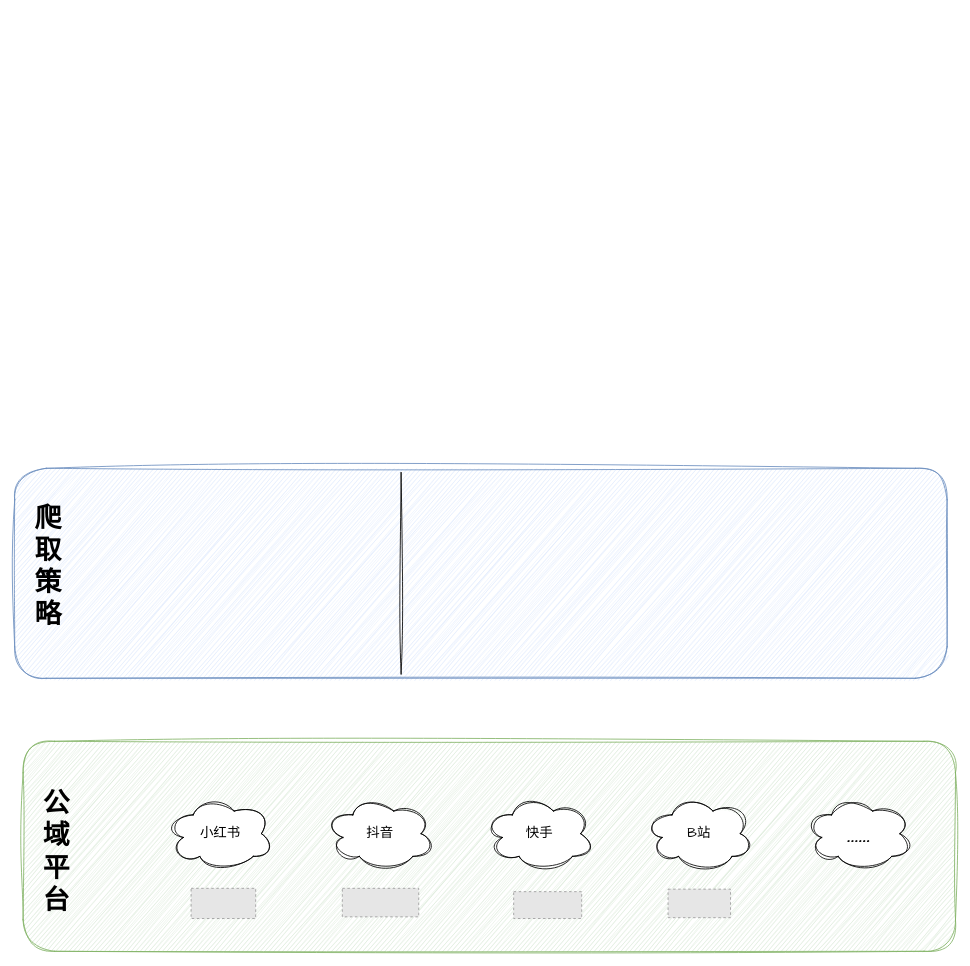
Earlier version of the draw.io diagram public-domain.drawio (skindhu/9GAG). Source tidied: cells renumbered, new cells numbered last; positions are measured from the earlier drawing's top-left corner, leaving out a move shared by most shapes. Both pictures are drawn from the tidied source at 84%, with x=0, y=0 at pixel (14, 468). Pictures stored in the file or linked from it are replaced by grey dashed boxes.
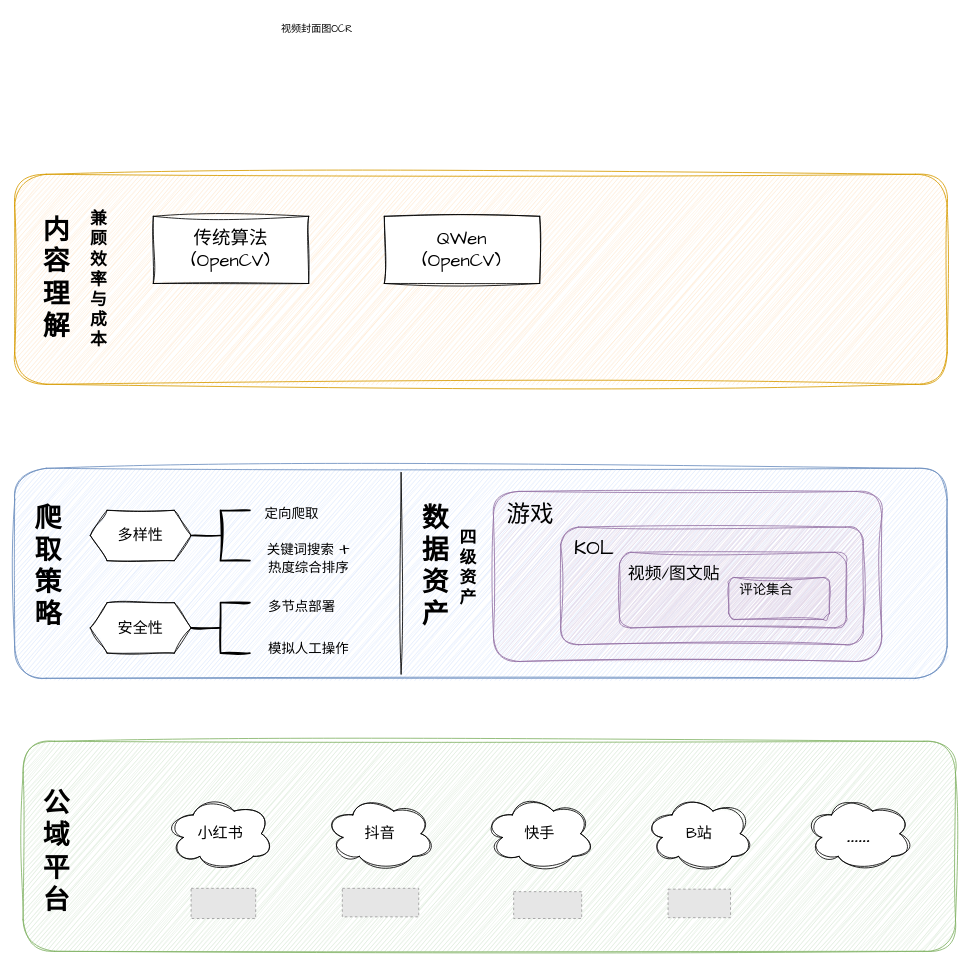
After the change.

What changed in the source:
```diff
@@
-    <mxCell id="3" value="&lt;font style=&quot;font-size: 16px;&quot;&gt;小红书&lt;/font&gt;" style="ellipse;shape=cloud;whiteSpace=wrap;html=1;sketch=1;hachureGap=4;jiggle=2;curveFitting=1;fontFamily=Architects Daughter;" parent="1" vertex="1">
+    <mxCell id="3" value="&lt;font style=&quot;font-size: 18px;&quot;&gt;小红书&lt;/font&gt;" style="ellipse;shape=cloud;whiteSpace=wrap;html=1;sketch=1;hachureGap=4;jiggle=2;curveFitting=1;fontFamily=Architects Daughter;" parent="1" vertex="1">
       <mxGeometry x="180" y="390" width="130" height="90" as="geometry" />
     </mxCell>
@@
-    <mxCell id="5" value="&lt;font style=&quot;font-size: 16px;&quot;&gt;抖音&lt;/font&gt;" style="ellipse;shape=cloud;whiteSpace=wrap;html=1;sketch=1;hachureGap=4;jiggle=2;curveFitting=1;fontFamily=Architects Daughter;" parent="1" vertex="1">
+    <mxCell id="5" value="&lt;font style=&quot;font-size: 18px;&quot;&gt;抖音&lt;/font&gt;" style="ellipse;shape=cloud;whiteSpace=wrap;html=1;sketch=1;hachureGap=4;jiggle=2;curveFitting=1;fontFamily=Architects Daughter;" parent="1" vertex="1">
       <mxGeometry x="370" y="390" width="130" height="90" as="geometry" />
     </mxCell>
@@
-    <mxCell id="7" value="&lt;font style=&quot;font-size: 16px;&quot;&gt;快手&lt;/font&gt;" style="ellipse;shape=cloud;whiteSpace=wrap;html=1;sketch=1;hachureGap=4;jiggle=2;curveFitting=1;fontFamily=Architects Daughter;" parent="1" vertex="1">
+    <mxCell id="7" value="&lt;font style=&quot;font-size: 18px;&quot;&gt;快手&lt;/font&gt;" style="ellipse;shape=cloud;whiteSpace=wrap;html=1;sketch=1;hachureGap=4;jiggle=2;curveFitting=1;fontFamily=Architects Daughter;" parent="1" vertex="1">
       <mxGeometry x="560" y="390" width="130" height="90" as="geometry" />
     </mxCell>
@@
-    <mxCell id="9" value="&lt;font style=&quot;font-size: 16px;&quot;&gt;B站&lt;/font&gt;" style="ellipse;shape=cloud;whiteSpace=wrap;html=1;sketch=1;hachureGap=4;jiggle=2;curveFitting=1;fontFamily=Architects Daughter;" parent="1" vertex="1">
+    <mxCell id="9" value="&lt;font style=&quot;font-size: 18px;&quot;&gt;B站&lt;/font&gt;" style="ellipse;shape=cloud;whiteSpace=wrap;html=1;sketch=1;hachureGap=4;jiggle=2;curveFitting=1;fontFamily=Architects Daughter;" parent="1" vertex="1">
       <mxGeometry x="750" y="390" width="130" height="90" as="geometry" />
     </mxCell>
@@
+    <mxCell id="16" value="&lt;font style=&quot;font-size: 18px;&quot;&gt;多样性&lt;/font&gt;" style="shape=hexagon;perimeter=hexagonPerimeter2;whiteSpace=wrap;html=1;fixedSize=1;sketch=1;hachureGap=4;jiggle=2;curveFitting=1;fontFamily=Architects Daughter;" parent="1" vertex="1">
+      <mxGeometry x="90" y="50" width="120" height="60" as="geometry" />
+    </mxCell>
+    <mxCell id="17" style="strokeWidth=2;html=1;shape=mxgraph.flowchart.annotation_2;align=left;labelPosition=right;sketch=1;hachureGap=4;jiggle=2;curveFitting=1;fontFamily=Architects Daughter;" parent="1" vertex="1">
+      <mxGeometry x="210" y="50" width="70" height="60" as="geometry" />
+    </mxCell>
+    <mxCell id="18" value="定向爬取" style="text;html=1;align=center;verticalAlign=middle;whiteSpace=wrap;rounded=0;fontFamily=Architects Daughter;fontSize=16;" parent="1" vertex="1">
+      <mxGeometry x="290" y="40" width="80" height="30" as="geometry" />
+    </mxCell>
+    <mxCell id="19" value="关键词搜索 &lt;font style=&quot;font-size: 24px;&quot;&gt;+&lt;/font&gt; 热度综合排序" style="text;html=1;align=center;verticalAlign=middle;whiteSpace=wrap;rounded=0;fontFamily=Architects Daughter;fontSize=16;" parent="1" vertex="1">
+      <mxGeometry x="290" y="90" width="120" height="30" as="geometry" />
+    </mxCell>
+    <mxCell id="20" value="&lt;font style=&quot;font-size: 18px;&quot;&gt;安全性&lt;/font&gt;" style="shape=hexagon;perimeter=hexagonPerimeter2;whiteSpace=wrap;html=1;fixedSize=1;sketch=1;hachureGap=4;jiggle=2;curveFitting=1;fontFamily=Architects Daughter;" parent="1" vertex="1">
+      <mxGeometry x="90" y="160" width="120" height="60" as="geometry" />
+    </mxCell>
+    <mxCell id="21" style="strokeWidth=2;html=1;shape=mxgraph.flowchart.annotation_2;align=left;labelPosition=right;sketch=1;hachureGap=4;jiggle=2;curveFitting=1;fontFamily=Architects Daughter;" parent="1" vertex="1">
+      <mxGeometry x="210" y="160" width="70" height="60" as="geometry" />
+    </mxCell>
+    <mxCell id="22" value="多节点部署" style="text;html=1;align=center;verticalAlign=middle;whiteSpace=wrap;rounded=0;fontFamily=Architects Daughter;fontSize=16;" parent="1" vertex="1">
+      <mxGeometry x="286.9" y="150" width="110" height="30" as="geometry" />
+    </mxCell>
+    <mxCell id="23" value="模拟人工操作" style="text;html=1;align=center;verticalAlign=middle;whiteSpace=wrap;rounded=0;fontFamily=Architects Daughter;fontSize=16;" parent="1" vertex="1">
+      <mxGeometry x="295" y="200" width="110" height="30" as="geometry" />
+    </mxCell>
+    <mxCell id="24" value="数据资产" style="text;html=1;align=center;verticalAlign=middle;whiteSpace=wrap;rounded=0;fontFamily=Architects Daughter;fontSize=32;fontStyle=1;" parent="1" vertex="1">
+      <mxGeometry x="481" y="50" width="40" height="135" as="geometry" />
+    </mxCell>
+    <mxCell id="25" style="rounded=1;whiteSpace=wrap;html=1;sketch=1;hachureGap=4;jiggle=2;curveFitting=1;fontFamily=Architects Daughter;fillColor=#e1d5e7;strokeColor=#9673a6;" parent="1" vertex="1">
+      <mxGeometry x="570" y="27.5" width="462.2" height="202.5" as="geometry" />
+    </mxCell>
+    <mxCell id="26" value="游戏" style="text;html=1;align=center;verticalAlign=middle;whiteSpace=wrap;rounded=0;fontFamily=Architects Daughter;fontSize=28;" parent="1" vertex="1">
+      <mxGeometry x="584" y="40" width="60" height="30" as="geometry" />
+    </mxCell>
+    <mxCell id="27" style="rounded=1;whiteSpace=wrap;html=1;sketch=1;hachureGap=4;jiggle=2;curveFitting=1;fontFamily=Architects Daughter;fillColor=#e1d5e7;strokeColor=#9673a6;" parent="1" vertex="1">
+      <mxGeometry x="650" y="70" width="360" height="140" as="geometry" />
+    </mxCell>
+    <mxCell id="28" value="KOL" style="text;html=1;align=center;verticalAlign=middle;whiteSpace=wrap;rounded=0;fontFamily=Architects Daughter;fontSize=24;" parent="1" vertex="1">
+      <mxGeometry x="660" y="80" width="60" height="30" as="geometry" />
+    </mxCell>
+    <mxCell id="29" style="rounded=1;whiteSpace=wrap;html=1;sketch=1;hachureGap=4;jiggle=2;curveFitting=1;fontFamily=Architects Daughter;fillColor=#e1d5e7;strokeColor=#9673a6;" parent="1" vertex="1">
+      <mxGeometry x="720" y="100" width="270" height="90" as="geometry" />
+    </mxCell>
+    <mxCell id="30" value="视频/图文贴" style="text;html=1;align=center;verticalAlign=middle;whiteSpace=wrap;rounded=0;fontFamily=Architects Daughter;fontSize=20;" parent="1" vertex="1">
+      <mxGeometry x="710" y="110" width="150" height="30" as="geometry" />
+    </mxCell>
+    <mxCell id="31" style="rounded=1;whiteSpace=wrap;html=1;sketch=1;hachureGap=4;jiggle=2;curveFitting=1;fontFamily=Architects Daughter;fillColor=#e1d5e7;strokeColor=#9673a6;" parent="1" vertex="1">
+      <mxGeometry x="850" y="130" width="120" height="50" as="geometry" />
+    </mxCell>
+    <mxCell id="32" value="评论集合" style="text;html=1;align=center;verticalAlign=middle;whiteSpace=wrap;rounded=0;fontFamily=Architects Daughter;fontSize=16;" parent="1" vertex="1">
+      <mxGeometry x="860" y="130" width="70" height="30" as="geometry" />
+    </mxCell>
+    <mxCell id="33" value="四级资产" style="text;html=1;align=center;verticalAlign=middle;whiteSpace=wrap;rounded=0;fontFamily=Architects Daughter;fontSize=20;fontStyle=1;" parent="1" vertex="1">
+      <mxGeometry x="530" y="50" width="20" height="135" as="geometry" />
+    </mxCell>
+    <mxCell id="34" style="rounded=1;whiteSpace=wrap;html=1;sketch=1;hachureGap=4;jiggle=2;curveFitting=1;fontFamily=Architects Daughter;fillColor=#ffe6cc;strokeColor=#d79b00;" parent="1" vertex="1">
+      <mxGeometry y="-350" width="1110" height="250" as="geometry" />
+    </mxCell>
+    <mxCell id="35" value="内容理解" style="text;html=1;align=center;verticalAlign=middle;whiteSpace=wrap;rounded=0;fontFamily=Architects Daughter;fontSize=32;fontStyle=1;" parent="1" vertex="1">
+      <mxGeometry x="30" y="-292.5" width="40" height="135" as="geometry" />
+    </mxCell>
+    <mxCell id="36" value="&lt;font style=&quot;font-size: 22px;&quot;&gt;传统算法&lt;br&gt;(OpenCV)&lt;/font&gt;" style="rounded=0;whiteSpace=wrap;html=1;sketch=1;hachureGap=4;jiggle=2;curveFitting=1;fontFamily=Architects Daughter;" parent="1" vertex="1">
+      <mxGeometry x="165" y="-300" width="185" height="80" as="geometry" />
+    </mxCell>
+    <mxCell id="37" value="兼顾效率与成本" style="text;html=1;align=center;verticalAlign=middle;whiteSpace=wrap;rounded=0;fontFamily=Architects Daughter;fontSize=20;fontStyle=1;" parent="1" vertex="1">
+      <mxGeometry x="90" y="-292.5" width="20" height="135" as="geometry" />
+    </mxCell>
+    <mxCell id="38" value="视频封面图OCR&lt;div&gt;&lt;br/&gt;&lt;/div&gt;" style="text;html=1;align=center;verticalAlign=middle;whiteSpace=wrap;rounded=0;fontFamily=Architects Daughter;" parent="1" vertex="1">
+      <mxGeometry x="295" y="-540" width="130" height="50" as="geometry" />
+    </mxCell>
+    <mxCell id="39" value="&lt;font style=&quot;font-size: 22px;&quot;&gt;QWen&lt;br&gt;(OpenCV)&lt;/font&gt;" style="rounded=0;whiteSpace=wrap;html=1;sketch=1;hachureGap=4;jiggle=2;curveFitting=1;fontFamily=Architects Daughter;" parent="1" vertex="1">
+      <mxGeometry x="440" y="-300" width="185" height="80" as="geometry" />
+    </mxCell>
```
